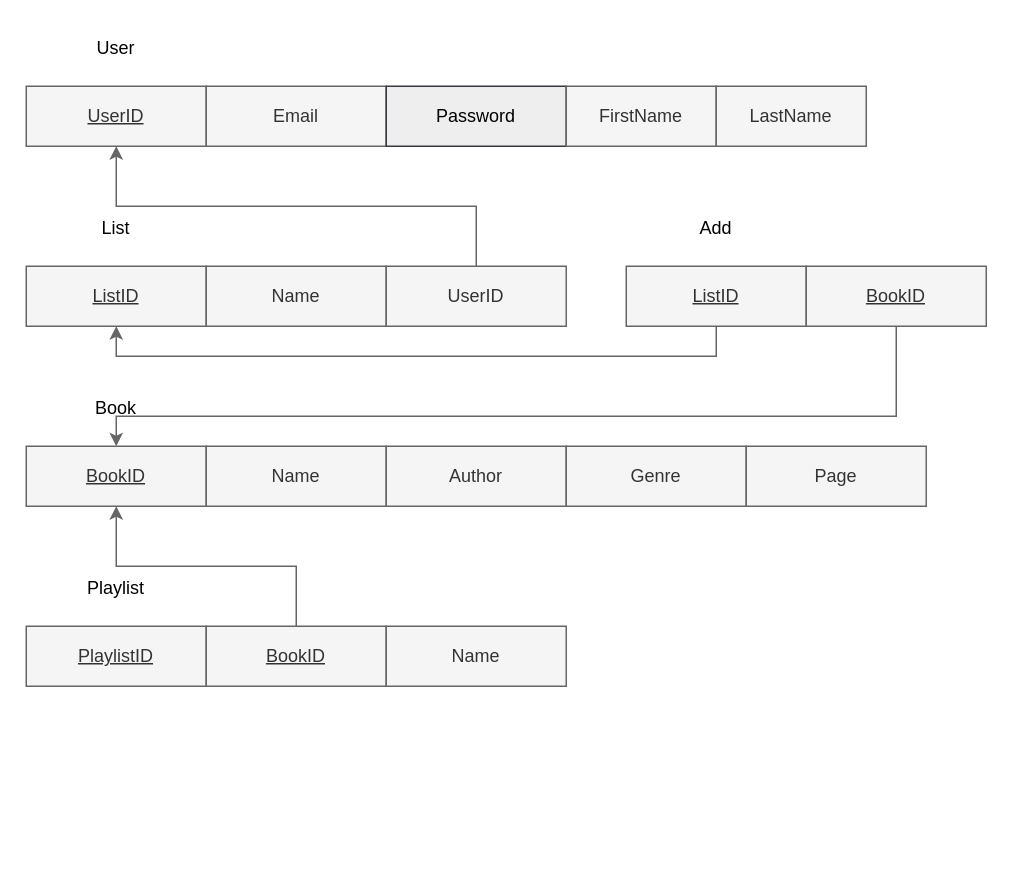
Earlier version of the draw.io diagram Diagrama-Relacional.drawio (JoaoMineiro1990/TI2). Source tidied: cells renumbered, new cells numbered last; positions are measured from the earlier drawing's top-left corner, leaving out a move shared by most shapes. Both pictures are drawn from the tidied source at 150%, with x=0, y=0 at pixel (26, 26).
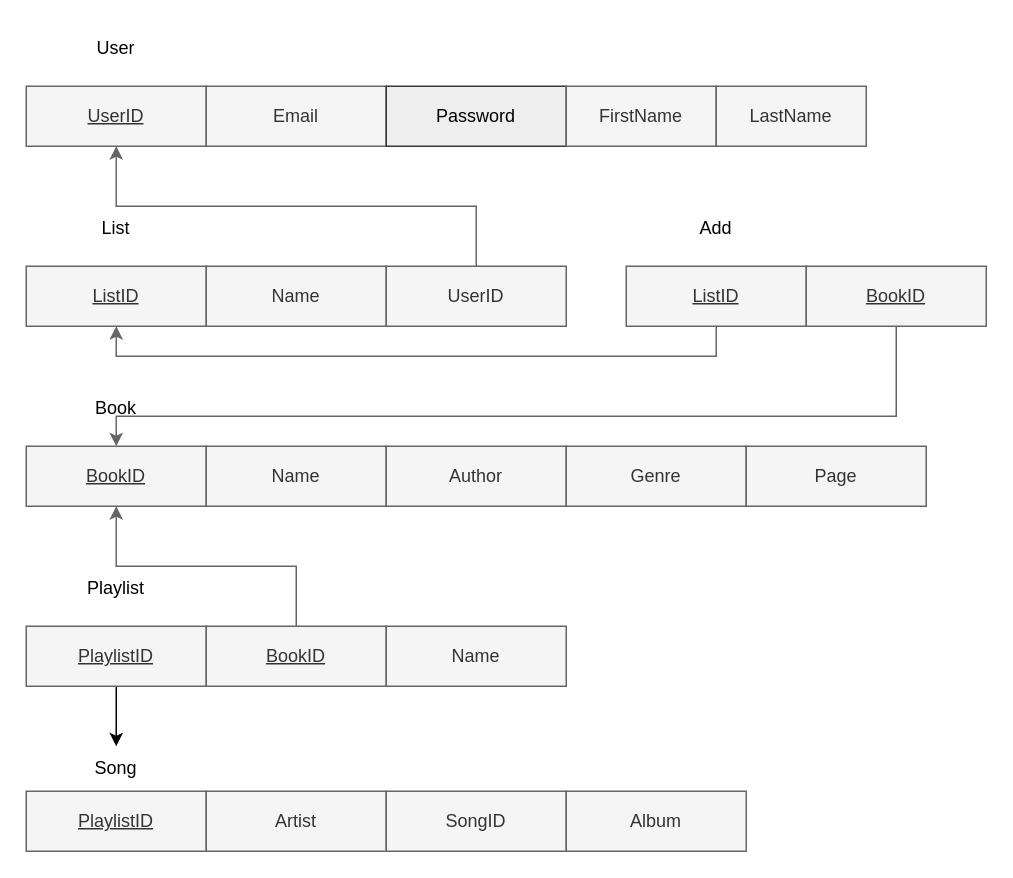
The same page after the edit.

The change refers to these unchanged cells:
```xml
<mxCell id="19" value="&lt;u&gt;PlaylistID&lt;/u&gt;" style="rounded=0;whiteSpace=wrap;html=1;fillColor=#f5f5f5;fontColor=#333333;strokeColor=#666666;" parent="1" vertex="1">
  <mxGeometry y="400" width="120" height="40" as="geometry" />
</mxCell>
```

Change to the diagram source:
```diff
@@
+    <mxCell id="29" style="edgeStyle=orthogonalEdgeStyle;rounded=0;jettySize=auto;html=1;" parent="1" edge="1" source="19" target="33">
+      <mxGeometry relative="1" as="geometry" />
+    </mxCell>
@@
+    <mxCell id="30" value="&lt;u&gt;PlaylistID&lt;/u&gt;" style="rounded=0;whiteSpace=wrap;html=1;fillColor=#f5f5f5;fontColor=#333333;strokeColor=#666666;" parent="1" vertex="1">
+      <mxGeometry y="510" width="120" height="40" as="geometry" />
+    </mxCell>
+    <mxCell id="31" value="Artist" style="rounded=0;whiteSpace=wrap;html=1;fillColor=#f5f5f5;fontColor=#333333;strokeColor=#666666;" parent="1" vertex="1">
+      <mxGeometry x="120" y="510" width="120" height="40" as="geometry" />
+    </mxCell>
+    <mxCell id="32" value="SongID" style="rounded=0;whiteSpace=wrap;html=1;fillColor=#f5f5f5;fontColor=#333333;strokeColor=#666666;" parent="1" vertex="1">
+      <mxGeometry x="240" y="510" width="120" height="40" as="geometry" />
+    </mxCell>
+    <mxCell id="33" value="Song" style="text;html=1;align=center;verticalAlign=middle;whiteSpace=wrap;rounded=0;" parent="1" vertex="1">
+      <mxGeometry y="480" width="120" height="30" as="geometry" />
+    </mxCell>
+    <mxCell id="34" value="Album" style="rounded=0;whiteSpace=wrap;html=1;fillColor=#f5f5f5;fontColor=#333333;strokeColor=#666666;" parent="1" vertex="1">
+      <mxGeometry x="360" y="510" width="120" height="40" as="geometry" />
+    </mxCell>
```
